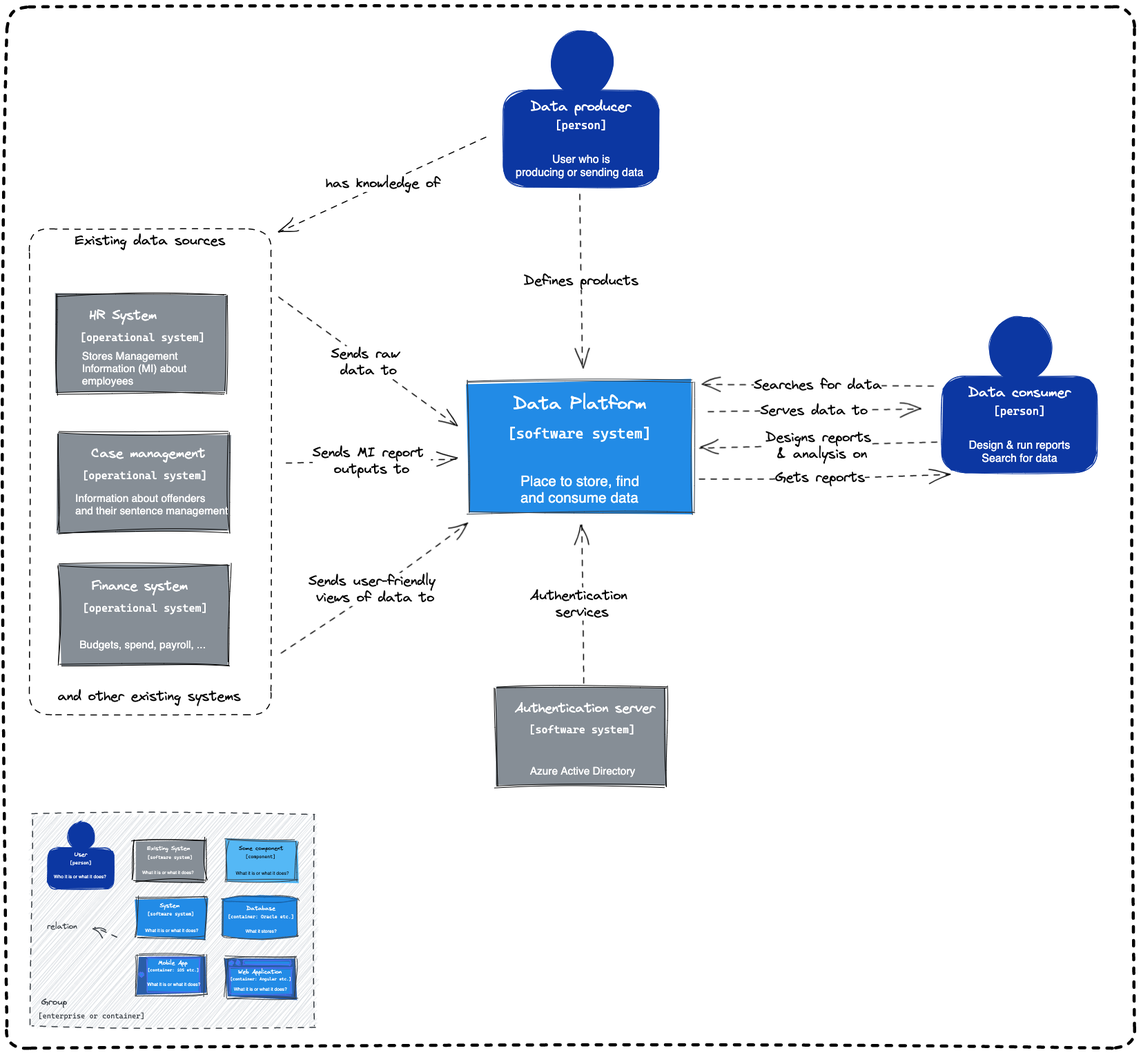
Earlier version of the Excalidraw export docs/source/documentation/diagrams/c4-model-level1.excalidraw.png (ministryofjustice/analytical-platform). Source tidied: one line per element, renumbered; positions are measured from the earlier drawing's top-left corner, leaving out a move shared by most shapes.
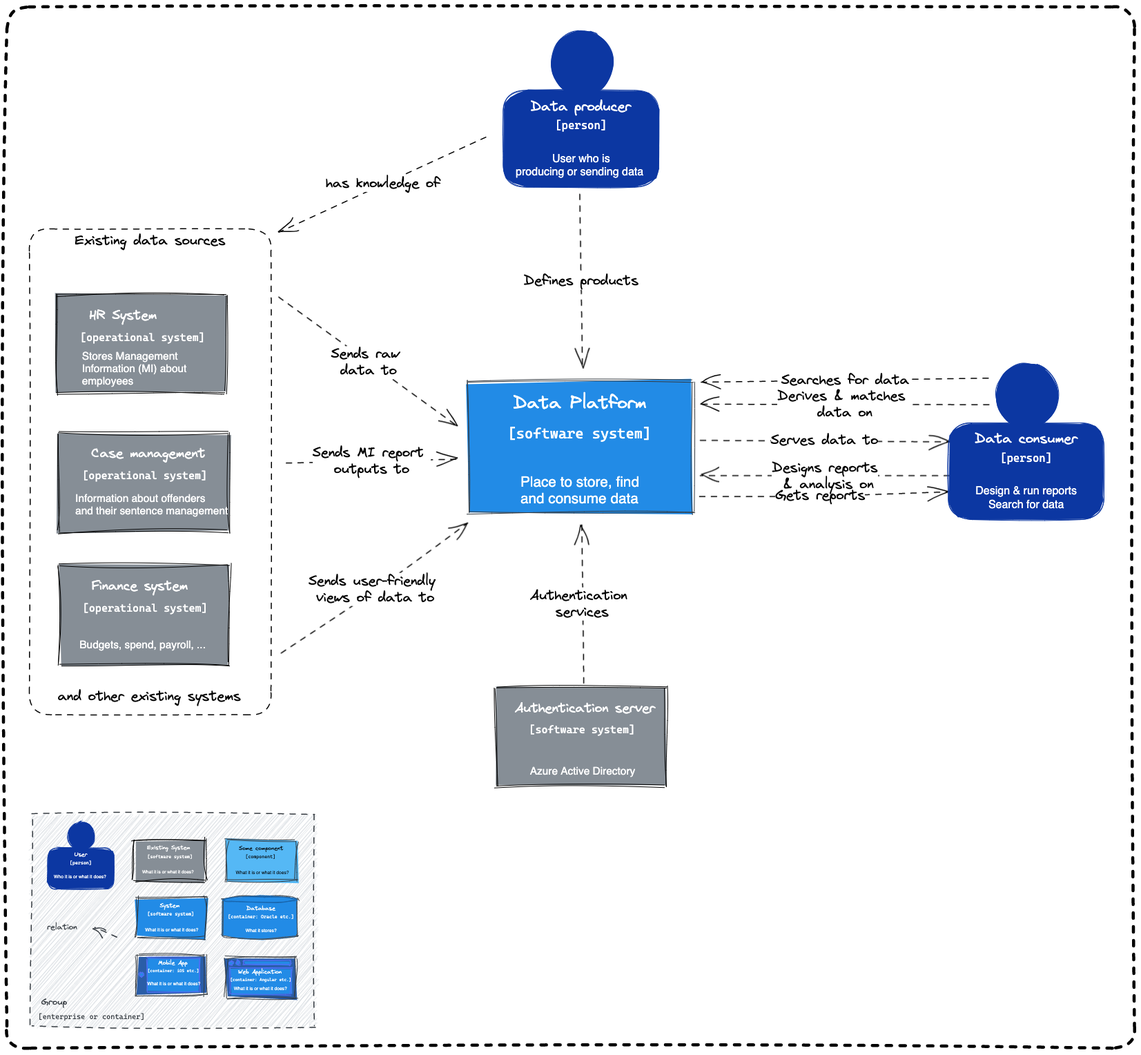
After the change.

Commit message:
add derived data

What changed in the source:
```diff
@@ -69,15 +69,15 @@
 {"id": 68, "type": "text", "text": "Sends user-friendly \nviews of data to", "strokeColor": "#000000", "strokeWidth": 1, "roughness": 1, "fontSize": 20, "fontFamily": 1, "textAlign": "center", "verticalAlign": "middle", "inside": 67, "x": 437, "y": 820, "width": 194, "height": 48}
 {"id": 69, "type": "arrow", "strokeColor": "#000000", "strokeWidth": 1, "strokeStyle": "dashed", "roughness": 1, "endArrowhead": "arrow", "round": true, "from": 84, "to": 41, "x": 394, "y": 421, "width": 259, "height": 189, "points": [[0, 0], [259, 189]]}
 {"id": 70, "type": "text", "text": "Sends raw \ndata to", "strokeColor": "#000000", "strokeWidth": 1, "strokeStyle": "dashed", "roughness": 1, "fontSize": 20, "fontFamily": 1, "textAlign": "center", "verticalAlign": "middle", "inside": 69, "x": 470, "y": 491, "width": 109, "height": 48}
-{"id": 71, "type": "arrow", "strokeColor": "#000000", "strokeWidth": 1, "strokeStyle": "dashed", "roughness": 1, "endArrowhead": "arrow", "round": true, "from": 41, "to": 88, "x": 1016, "y": 588, "width": 307, "height": 6, "points": [[0, 0], [307, -6]]}
+{"id": 71, "type": "arrow", "strokeColor": "#000000", "strokeWidth": 1, "strokeStyle": "dashed", "roughness": 1, "endArrowhead": "arrow", "round": true, "from": 41, "x": 1004, "y": 628, "width": 360, "height": 0, "points": [[0, 0], [360, 0]]}
-{"id": 72, "type": "text", "text": "Serves data to", "strokeColor": "#000000", "strokeWidth": 1, "strokeStyle": "dashed", "roughness": 1, "fontSize": 20, "fontFamily": 1, "textAlign": "center", "verticalAlign": "middle", "inside": 71, "x": 1091, "y": 573, "width": 156, "height": 24}
+{"id": 72, "type": "text", "text": "Serves data to", "strokeColor": "#000000", "strokeWidth": 1, "strokeStyle": "dashed", "roughness": 1, "fontSize": 20, "fontFamily": 1, "textAlign": "center", "verticalAlign": "middle", "inside": 71, "x": 1107, "y": 616, "width": 156, "height": 24}
 {"id": 73, "type": "text", "text": "Information about offenders \nand their sentence management", "strokeColor": "#fff", "backgroundColor": "#55b8f5", "fillStyle": "solid", "strokeWidth": 1, "roughness": 1, "fontSize": 15.43, "fontFamily": 2, "x": 99, "y": 703, "width": 221, "height": 36}
-{"id": 74, "type": "arrow", "strokeColor": "#000000", "strokeWidth": 1, "strokeStyle": "dashed", "roughness": 1, "endArrowhead": "arrow", "round": true, "from": 88, "to": 41, "x": 1347, "y": 631, "width": 343, "height": 9, "points": [[0, 0], [-343, 9]]}
+{"id": 74, "type": "arrow", "strokeColor": "#000000", "strokeWidth": 1, "strokeStyle": "dashed", "roughness": 1, "endArrowhead": "arrow", "round": true, "to": 41, "x": 1365, "y": 680, "width": 360, "height": 0, "points": [[0, 0], [-360, 0]]}
-{"id": 75, "type": "text", "text": "Designs reports\n & analysis on", "strokeColor": "#000000", "strokeWidth": 1, "strokeStyle": "dashed", "roughness": 1, "fontSize": 20, "fontFamily": 1, "textAlign": "center", "verticalAlign": "middle", "inside": 74, "x": 1099, "y": 612, "width": 153, "height": 48}
+{"id": 75, "type": "text", "text": "Designs reports\n & analysis on", "strokeColor": "#000000", "strokeWidth": 1, "strokeStyle": "dashed", "roughness": 1, "fontSize": 20, "fontFamily": 1, "textAlign": "center", "verticalAlign": "middle", "inside": 74, "x": 1108, "y": 656, "width": 153, "height": 48}
-{"id": 76, "type": "arrow", "strokeColor": "#000000", "strokeWidth": 1, "strokeStyle": "dashed", "roughness": 1, "endArrowhead": "arrow", "round": true, "from": 41, "to": 88, "x": 1003, "y": 684, "width": 363, "height": 6, "points": [[0, 0], [175, -1], [363, -6]]}
+{"id": 76, "type": "arrow", "strokeColor": "#000000", "strokeWidth": 1, "strokeStyle": "dashed", "roughness": 1, "endArrowhead": "arrow", "round": true, "from": 41, "to": 88, "x": 1003, "y": 709, "width": 360, "height": 6, "points": [[0, 0], [175, -1], [360, -6]]}
-{"id": 77, "type": "text", "text": "Gets reports", "strokeColor": "#000000", "strokeWidth": 1, "strokeStyle": "dashed", "roughness": 1, "fontSize": 20, "fontFamily": 1, "textAlign": "center", "verticalAlign": "middle", "inside": 76, "x": 1113, "y": 670, "width": 130, "height": 24}
+{"id": 77, "type": "text", "text": "Gets reports", "strokeColor": "#000000", "strokeWidth": 1, "strokeStyle": "dashed", "roughness": 1, "fontSize": 20, "fontFamily": 1, "textAlign": "center", "verticalAlign": "middle", "inside": 76, "x": 1113, "y": 696, "width": 130, "height": 24}
-{"id": 78, "type": "arrow", "strokeColor": "#000000", "strokeWidth": 1, "strokeStyle": "dashed", "roughness": 1, "endArrowhead": "arrow", "round": true, "from": 88, "to": 41, "x": 1343, "y": 549, "width": 337, "height": 2, "points": [[0, 0], [-337, -2]]}
+{"id": 78, "type": "arrow", "strokeColor": "#000000", "strokeWidth": 1, "strokeStyle": "dashed", "roughness": 1, "endArrowhead": "arrow", "round": true, "from": 87, "to": 41, "x": 1423, "y": 538, "width": 417, "height": 7, "points": [[0, 0], [-417, 7]]}
-{"id": 79, "type": "text", "text": "Searches for data", "strokeColor": "#000000", "strokeWidth": 1, "strokeStyle": "dashed", "roughness": 1, "fontSize": 20, "fontFamily": 1, "textAlign": "center", "verticalAlign": "middle", "inside": 78, "x": 1082, "y": 536, "width": 186, "height": 24}
+{"id": 79, "type": "text", "text": "Searches for data", "strokeColor": "#000000", "strokeWidth": 1, "strokeStyle": "dashed", "roughness": 1, "fontSize": 20, "fontFamily": 1, "textAlign": "center", "verticalAlign": "middle", "inside": 78, "x": 1122, "y": 529, "width": 186, "height": 24}
 {"id": 80, "type": "arrow", "strokeColor": "#000000", "backgroundColor": "#ced4da", "fillStyle": "hachure", "strokeWidth": 1, "strokeStyle": "dashed", "roughness": 1, "endArrowhead": "arrow", "round": true, "from": 92, "to": 41, "x": 835, "y": 980, "width": 3, "height": 231, "points": [[0, 0], [-3, -231]]}
 {"id": 81, "type": "text", "text": "Authentication \nservices", "strokeColor": "#000000", "strokeWidth": 1, "roughness": 1, "fontSize": 20, "fontFamily": 1, "textAlign": "center", "verticalAlign": "middle", "inside": 80, "x": 758, "y": 841, "width": 151, "height": 48}
 {"id": 82, "type": "rectangle", "strokeColor": "#000000", "strokeWidth": 4, "strokeStyle": "dashed", "roughness": 2, "round": true, "x": 0, "y": 0, "width": 1634, "height": 1508}
@@ -85,12 +85,14 @@
 {"id": 84, "type": "rectangle", "strokeColor": "#000000", "strokeWidth": 1, "strokeStyle": "dashed", "roughness": 1, "round": true, "x": 33, "y": 322, "width": 350, "height": 704}
 {"id": 85, "type": "text", "text": "Existing data sources", "strokeColor": "#000000", "strokeWidth": 1, "roughness": 1, "fontSize": 20, "fontFamily": 1, "textAlign": "center", "inside": 84, "x": 99, "y": 327, "width": 218, "height": 24}
 {"id": 86, "type": "text", "text": "and other existing systems", "strokeColor": "#000000", "strokeWidth": 1, "roughness": 1, "fontSize": 20, "fontFamily": 1, "textAlign": "center", "x": 74, "y": 987, "width": 265, "height": 24}
-{"id": 87, "type": "ellipse", "strokeColor": "#0c37a2", "backgroundColor": "#0c37a2", "fillStyle": "solid", "strokeWidth": 1, "roughness": 1, "x": 1424, "y": 448, "width": 90, "height": 95}
+{"id": 87, "type": "ellipse", "strokeColor": "#0c37a2", "backgroundColor": "#0c37a2", "fillStyle": "solid", "strokeWidth": 1, "roughness": 1, "x": 1433, "y": 516, "width": 90, "height": 95}
-{"id": 88, "type": "rectangle", "strokeColor": "#0c37a2", "backgroundColor": "#0c37a2", "fillStyle": "solid", "strokeWidth": 1, "roughness": 1, "round": true, "x": 1354, "y": 535, "width": 225, "height": 140}
+{"id": 88, "type": "rectangle", "strokeColor": "#0c37a2", "backgroundColor": "#0c37a2", "fillStyle": "solid", "strokeWidth": 1, "roughness": 1, "round": true, "x": 1364, "y": 602, "width": 225, "height": 140}
-{"id": 89, "type": "text", "text": "Data consumer", "strokeColor": "#fff", "backgroundColor": "#0c37a2", "fillStyle": "solid", "strokeWidth": 1, "roughness": 1, "fontSize": 20, "fontFamily": 1, "textAlign": "center", "x": 1393, "y": 547, "width": 148, "height": 24}
+{"id": 89, "type": "text", "text": "Data consumer", "strokeColor": "#fff", "backgroundColor": "#0c37a2", "fillStyle": "solid", "strokeWidth": 1, "roughness": 1, "fontSize": 20, "fontFamily": 1, "textAlign": "center", "x": 1402, "y": 614, "width": 148, "height": 24}
-{"id": 90, "type": "text", "text": "[person]", "strokeColor": "#fff", "backgroundColor": "#0c37a2", "fillStyle": "solid", "strokeWidth": 1, "roughness": 1, "fontSize": 16, "fontFamily": 3, "textAlign": "center", "x": 1429, "y": 576, "width": 75, "height": 19}
+{"id": 90, "type": "text", "text": "[person]", "strokeColor": "#fff", "backgroundColor": "#0c37a2", "fillStyle": "solid", "strokeWidth": 1, "roughness": 1, "fontSize": 16, "fontFamily": 3, "textAlign": "center", "x": 1439, "y": 644, "width": 75, "height": 19}
-{"id": 91, "type": "text", "text": "Design & run reports\nSearch for data", "strokeColor": "#fff", "backgroundColor": "#0c37a2", "fillStyle": "solid", "strokeWidth": 1, "roughness": 1, "fontSize": 16, "fontFamily": 2, "textAlign": "center", "x": 1394, "y": 625, "width": 147, "height": 38}
+{"id": 91, "type": "text", "text": "Design & run reports\nSearch for data", "strokeColor": "#fff", "backgroundColor": "#0c37a2", "fillStyle": "solid", "strokeWidth": 1, "roughness": 1, "fontSize": 16, "fontFamily": 2, "textAlign": "center", "x": 1403, "y": 693, "width": 147, "height": 38}
 {"id": 92, "type": "rectangle", "strokeColor": "#000000", "backgroundColor": "#868e96", "fillStyle": "solid", "strokeWidth": 1, "roughness": 2, "x": 709, "y": 985, "width": 245, "height": 143}
 {"id": 93, "type": "text", "text": "Authentication server", "strokeColor": "#fff", "backgroundColor": "#55b8f5", "fillStyle": "solid", "strokeWidth": 1, "roughness": 1, "fontSize": 19.23, "fontFamily": 1, "x": 736, "y": 1005, "width": 203, "height": 23}
 {"id": 94, "type": "text", "text": "[software system]", "strokeColor": "#fff", "backgroundColor": "#55b8f5", "fillStyle": "solid", "strokeWidth": 1, "roughness": 1, "fontSize": 15.43, "fontFamily": 3, "textAlign": "center", "x": 756, "y": 1038, "width": 154, "height": 18}
 {"id": 95, "type": "text", "text": "Azure Active Directory", "strokeColor": "#fff", "backgroundColor": "#55b8f5", "fillStyle": "solid", "strokeWidth": 1, "roughness": 1, "fontSize": 15.43, "fontFamily": 2, "x": 758, "y": 1098, "width": 153, "height": 18}
+{"id": 96, "type": "arrow", "strokeColor": "#000000", "strokeWidth": 1, "strokeStyle": "dashed", "roughness": 1, "endArrowhead": "arrow", "round": true, "from": 88, "to": 41, "x": 1424, "y": 576, "width": 420, "height": 0, "points": [[0, 0], [-420, 0]]}
+{"id": 97, "type": "text", "text": "Derives & matches \ndata on", "strokeColor": "#000000", "strokeWidth": 1, "strokeStyle": "dashed", "roughness": 1, "fontSize": 20, "fontFamily": 1, "textAlign": "center", "verticalAlign": "middle", "inside": 96, "x": 1116, "y": 552, "width": 195, "height": 48}
```
